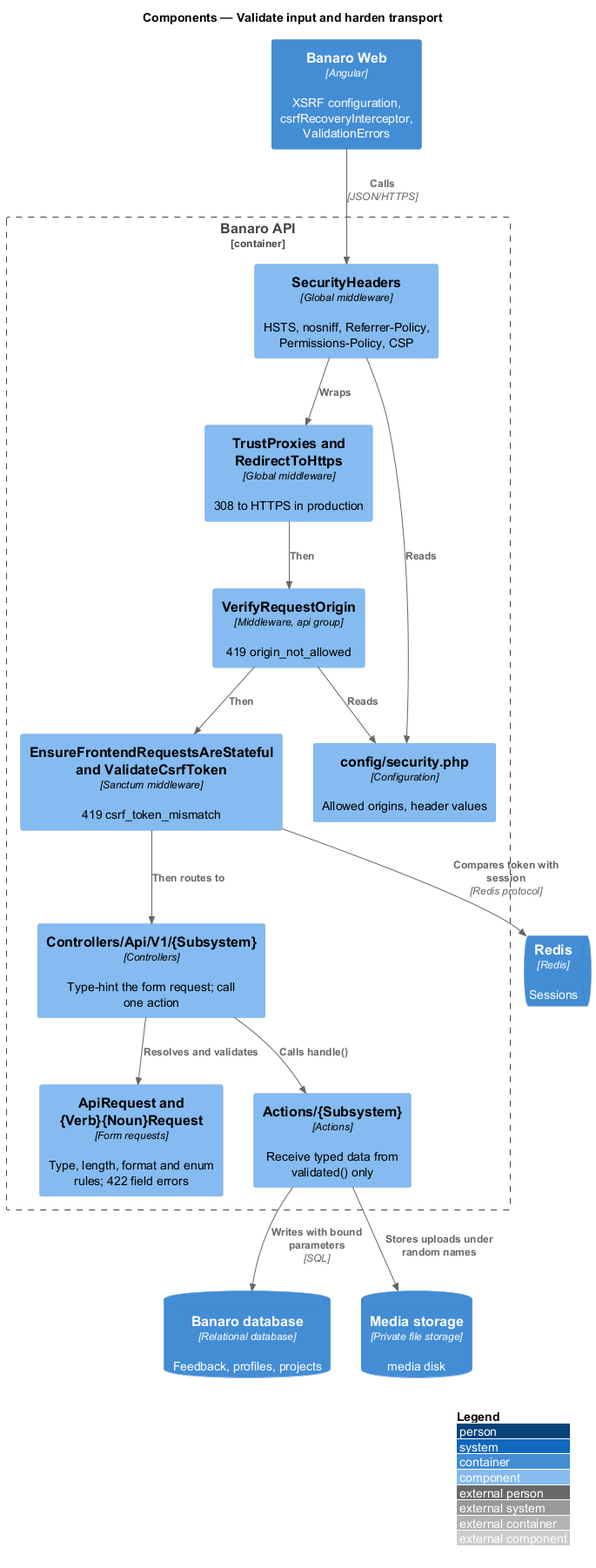
This is docs/detailed-designs/security/validate-input-and-harden-transport/diagrams/c4-component.png from QuinntyneBrown/banaro, a PlantUML export, as it was before one commit. The source it was exported from:
```plantuml
@startuml
!include <C4/C4_Component>
LAYOUT_WITH_LEGEND()
title Components — Validate input and harden transport

Container(web, "Banaro Web", "Angular", "XSRF configuration, csrfRecoveryInterceptor, ValidationErrors")
ContainerDb(db, "Banaro database", "Relational database", "Feedback, profiles, projects")
ContainerQueue(redis, "Redis", "Redis", "Sessions")
ContainerDb(media, "Media storage", "Private file storage", "media disk")

Container_Boundary(api, "Banaro API") {
  Component(headers, "SecurityHeaders", "Global middleware", "HSTS, nosniff, Referrer-Policy, Permissions-Policy, CSP")
  Component(https, "TrustProxies and RedirectToHttps", "Global middleware", "308 to HTTPS in production")
  Component(origin, "VerifyRequestOrigin", "Middleware, api group", "419 origin_not_allowed")
  Component(csrf, "EnsureFrontendRequestsAreStateful and ValidateCsrfToken", "Sanctum middleware", "419 csrf_token_mismatch")
  Component(request, "ApiRequest and {Verb}{Noun}Request", "Form requests", "Type, length, format and enum rules; 422 field errors")
  Component(ctrl, "Controllers/Api/V1/{Subsystem}", "Controllers", "Type-hint the form request; call one action")
  Component(action, "Actions/{Subsystem}", "Actions", "Receive typed data from validated() only")
  Component(config, "config/security.php", "Configuration", "Allowed origins, header values")
}

Rel(web, headers, "Calls", "JSON/HTTPS")
Rel(headers, https, "Wraps")
Rel(https, origin, "Then")
Rel(origin, csrf, "Then")
Rel(csrf, redis, "Compares token with session", "Redis protocol")
Rel(csrf, ctrl, "Then routes to")
Rel(ctrl, request, "Resolves and validates")
Rel(ctrl, action, "Calls handle()")
Rel(action, db, "Writes with bound parameters", "SQL")
Rel(action, media, "Stores uploads under random names")
Rel(origin, config, "Reads")
Rel(headers, config, "Reads")
@enduml
```
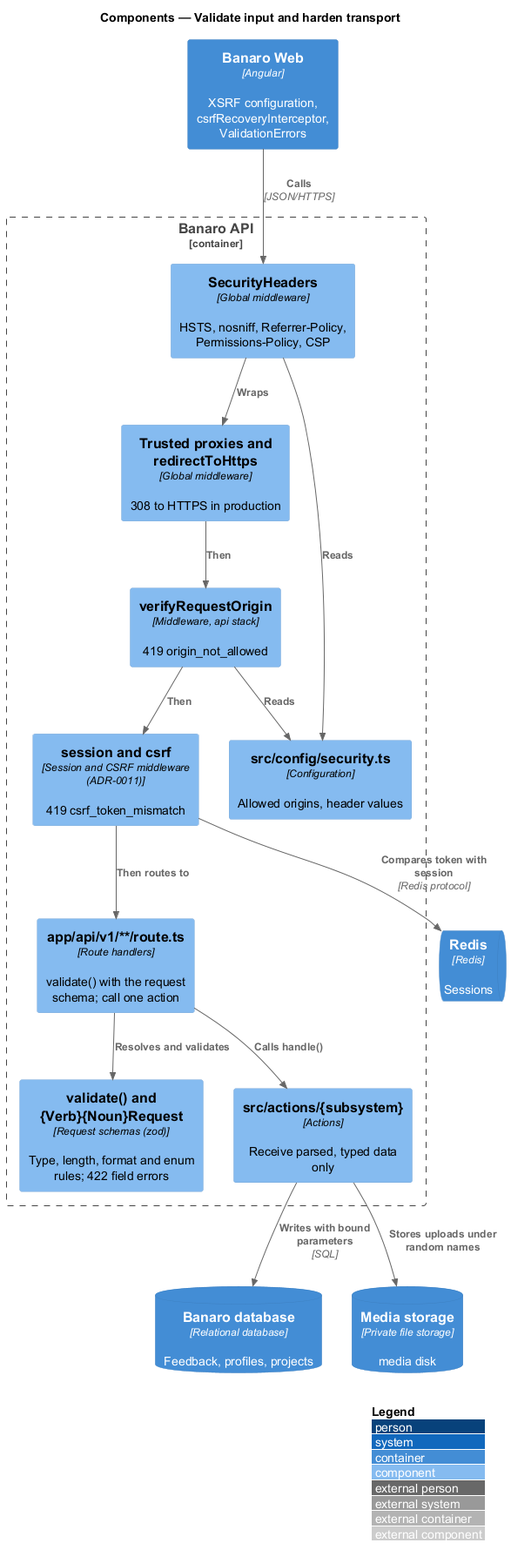
After the commit.

The edit, as a diff of the source:
```diff
@@ -10,13 +10,13 @@
 
 Container_Boundary(api, "Banaro API") {
   Component(headers, "SecurityHeaders", "Global middleware", "HSTS, nosniff, Referrer-Policy, Permissions-Policy, CSP")
-  Component(https, "TrustProxies and RedirectToHttps", "Global middleware", "308 to HTTPS in production")
-  Component(origin, "VerifyRequestOrigin", "Middleware, api group", "419 origin_not_allowed")
-  Component(csrf, "EnsureFrontendRequestsAreStateful and ValidateCsrfToken", "Sanctum middleware", "419 csrf_token_mismatch")
-  Component(request, "ApiRequest and {Verb}{Noun}Request", "Form requests", "Type, length, format and enum rules; 422 field errors")
-  Component(ctrl, "Controllers/Api/V1/{Subsystem}", "Controllers", "Type-hint the form request; call one action")
-  Component(action, "Actions/{Subsystem}", "Actions", "Receive typed data from validated() only")
-  Component(config, "config/security.php", "Configuration", "Allowed origins, header values")
+  Component(https, "Trusted proxies and redirectToHttps", "Global middleware", "308 to HTTPS in production")
+  Component(origin, "verifyRequestOrigin", "Middleware, api stack", "419 origin_not_allowed")
+  Component(csrf, "session and csrf", "Session and CSRF middleware (ADR-0011)", "419 csrf_token_mismatch")
+  Component(request, "validate() and {Verb}{Noun}Request", "Request schemas (zod)", "Type, length, format and enum rules; 422 field errors")
+  Component(ctrl, "app/api/v1/**/route.ts", "Route handlers", "validate() with the request schema; call one action")
+  Component(action, "src/actions/{subsystem}", "Actions", "Receive parsed, typed data only")
+  Component(config, "src/config/security.ts", "Configuration", "Allowed origins, header values")
 }
 
 Rel(web, headers, "Calls", "JSON/HTTPS")
```
